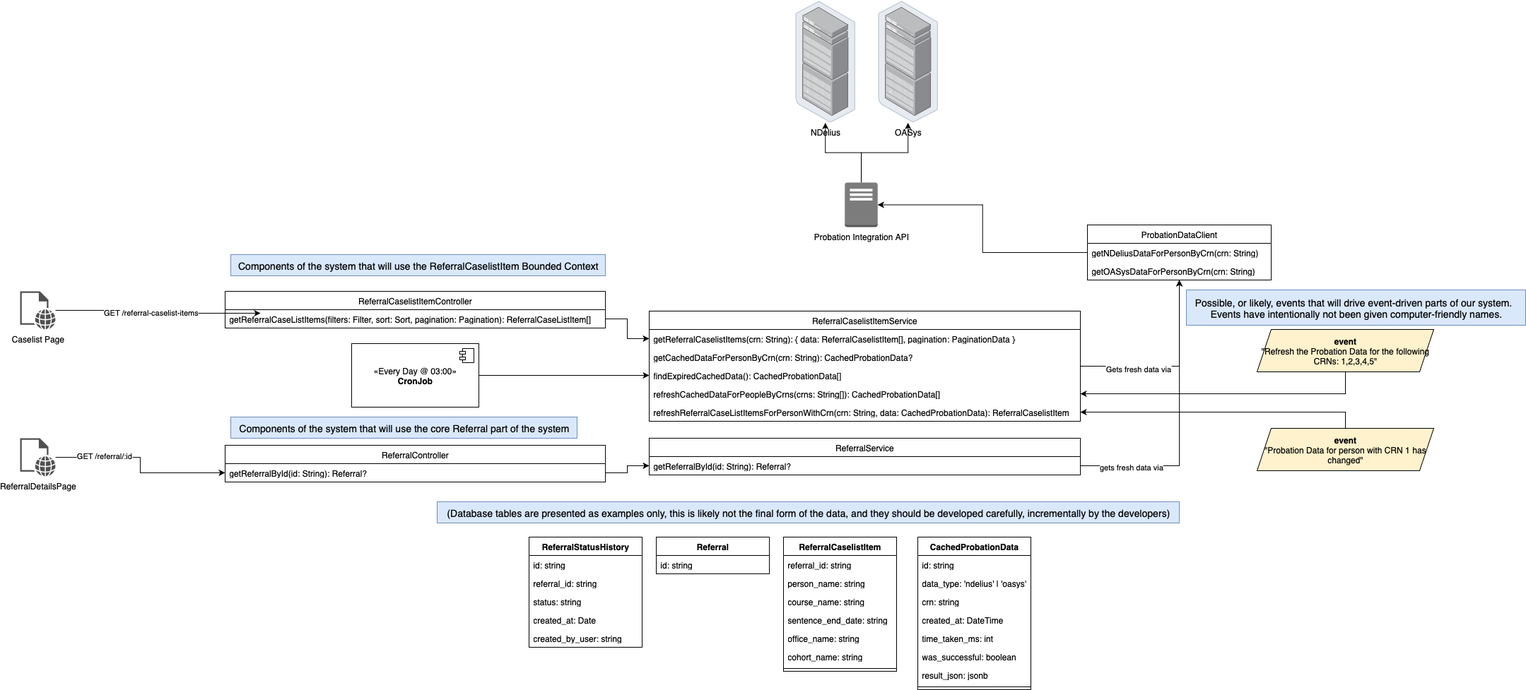
ministryofjustice/hmpps-accredited-programmes-manage-and-deliver-api keeps this draw.io diagram as docs/assets/ReferralCaselistItemBoundedContextArchitecture-2.drawio.png. Above is the earlier version. Source tidied: cells renumbered, new cells last; positions are measured from the earlier drawing's top-left corner, leaving out a move shared by most shapes.
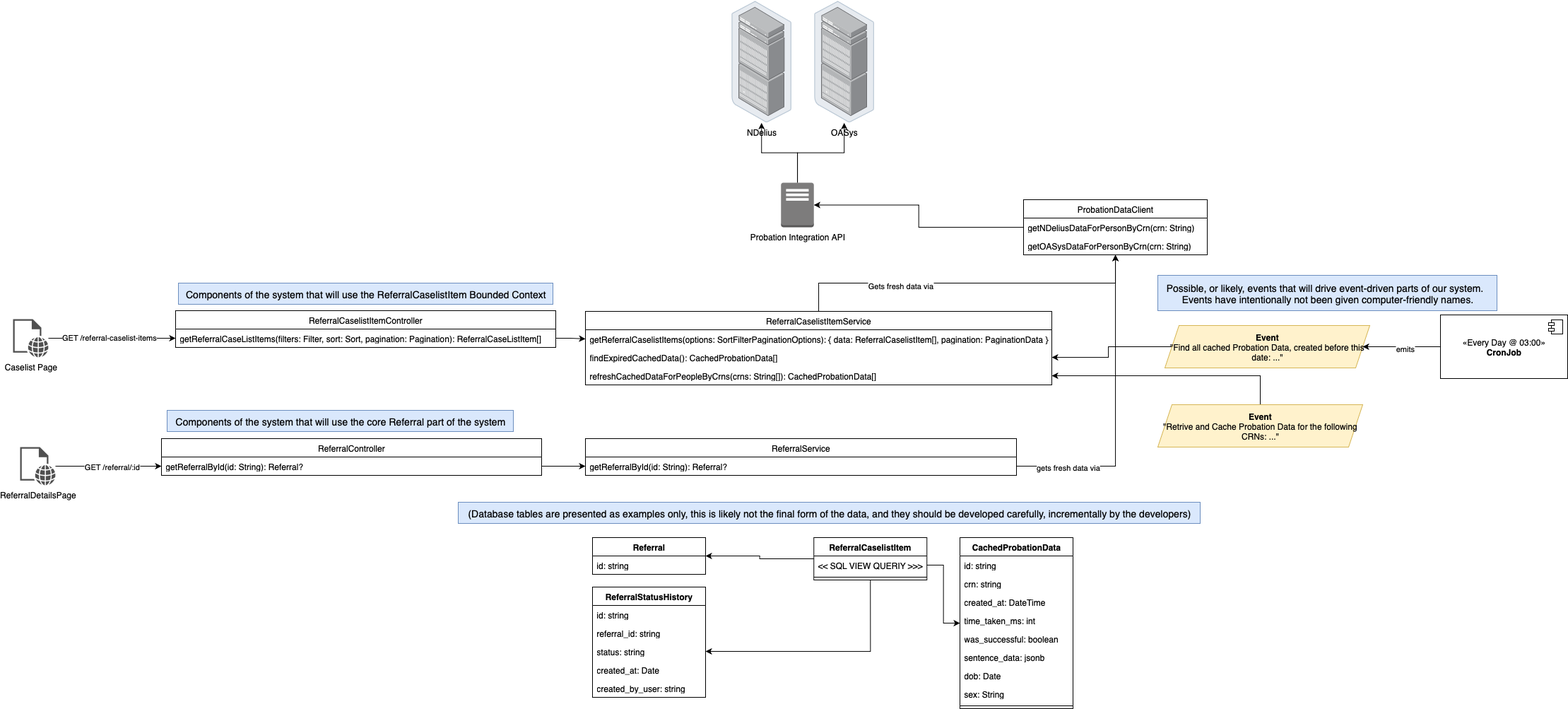
The same file after the commit.

Commit message:
docs(caselist_item.md): Update the software architecture diagram

Diff of the diagram source:
```diff
@@ -10,25 +10,16 @@
     </mxCell>
+    <mxCell id="71" style="edgeStyle=orthogonalEdgeStyle;rounded=0;jettySize=auto;html=1;" parent="1" edge="1" source="4" target="12">
+      <mxGeometry relative="1" as="geometry" />
+    </mxCell>
+    <mxCell id="72" style="edgeStyle=orthogonalEdgeStyle;rounded=0;jettySize=auto;html=1;exitX=0.5;exitY=1;exitDx=0;exitDy=0;entryX=1;entryY=0.5;entryDx=0;entryDy=0;" parent="1" edge="1" source="4" target="60">
+      <mxGeometry relative="1" as="geometry" />
+    </mxCell>
     <mxCell id="4" value="ReferralCaselistItem" style="swimlane;fontStyle=1;align=center;verticalAlign=top;horizontal=1;startSize=26;whiteSpace=wrap;html=1;" parent="1" vertex="1">
-      <mxGeometry x="1080" y="760" width="160" height="190" as="geometry" />
+      <mxGeometry x="1213.2" y="760" width="160" height="60" as="geometry" />
     </mxCell>
-    <mxCell id="5" value="referral_id: string" style="text;strokeColor=none;fillColor=none;align=left;verticalAlign=top;spacingLeft=4;spacingRight=4;overflow=hidden;points=[[0,0.5],[1,0.5]];portConstraint=eastwest;whiteSpace=wrap;html=1;" parent="4" vertex="1">
+    <mxCell id="5" value="&amp;lt;&amp;lt; SQL VIEW QUERIY &amp;gt;&amp;gt;&amp;gt;" style="text;strokeColor=none;fillColor=none;align=left;verticalAlign=top;spacingLeft=4;spacingRight=4;overflow=hidden;points=[[0,0.5],[1,0.5]];portConstraint=eastwest;whiteSpace=wrap;html=1;" parent="4" vertex="1">
       <mxGeometry y="26" width="160" height="26" as="geometry" />
     </mxCell>
-    <mxCell id="6" value="person_name: string" style="text;strokeColor=none;fillColor=none;align=left;verticalAlign=top;spacingLeft=4;spacingRight=4;overflow=hidden;whiteSpace=wrap;html=1;" parent="4" vertex="1">
-      <mxGeometry y="52" width="160" height="26" as="geometry" />
-    </mxCell>
-    <mxCell id="7" value="course_name: string" style="text;strokeColor=none;fillColor=none;align=left;verticalAlign=top;spacingLeft=4;spacingRight=4;overflow=hidden;whiteSpace=wrap;html=1;" parent="4" vertex="1">
-      <mxGeometry y="78" width="160" height="26" as="geometry" />
-    </mxCell>
-    <mxCell id="8" value="sentence_end_date: string" style="text;strokeColor=none;fillColor=none;align=left;verticalAlign=top;spacingLeft=4;spacingRight=4;overflow=hidden;whiteSpace=wrap;html=1;" parent="4" vertex="1">
-      <mxGeometry y="104" width="160" height="26" as="geometry" />
-    </mxCell>
-    <mxCell id="9" value="office_name: string" style="text;strokeColor=none;fillColor=none;align=left;verticalAlign=top;spacingLeft=4;spacingRight=4;overflow=hidden;whiteSpace=wrap;html=1;" parent="4" vertex="1">
-      <mxGeometry y="130" width="160" height="26" as="geometry" />
-    </mxCell>
-    <mxCell id="10" value="cohort_name: string" style="text;strokeColor=none;fillColor=none;align=left;verticalAlign=top;spacingLeft=4;spacingRight=4;overflow=hidden;whiteSpace=wrap;html=1;" parent="4" vertex="1">
-      <mxGeometry y="156" width="160" height="26" as="geometry" />
-    </mxCell>
     <mxCell id="11" style="line;strokeWidth=1;fillColor=none;align=left;verticalAlign=middle;spacingTop=-1;spacingLeft=3;spacingRight=3;labelPosition=right;strokeColor=inherit;" parent="4" vertex="1">
-      <mxGeometry y="182" width="160" height="8" as="geometry" />
+      <mxGeometry y="52" width="160" height="8" as="geometry" />
     </mxCell>
@@ -41,3 +32,3 @@
     <mxCell id="14" value="CachedProbationData" style="swimlane;fontStyle=1;align=center;verticalAlign=top;horizontal=1;startSize=26;whiteSpace=wrap;html=1;" parent="1" vertex="1">
-      <mxGeometry x="1270" y="760" width="160" height="216" as="geometry" />
+      <mxGeometry x="1420" y="760" width="160" height="242" as="geometry" />
     </mxCell>
@@ -46,28 +37,34 @@
     </mxCell>
-    <mxCell id="16" value="data_type: 'ndelius' | 'oasys'" style="text;strokeColor=none;fillColor=none;align=left;verticalAlign=top;spacingLeft=4;spacingRight=4;overflow=hidden;whiteSpace=wrap;html=1;" parent="14" vertex="1">
-      <mxGeometry y="52" width="160" height="26" as="geometry" />
-    </mxCell>
     <mxCell id="17" value="crn: string" style="text;strokeColor=none;fillColor=none;align=left;verticalAlign=top;spacingLeft=4;spacingRight=4;overflow=hidden;whiteSpace=wrap;html=1;" parent="14" vertex="1">
-      <mxGeometry y="78" width="160" height="26" as="geometry" />
+      <mxGeometry y="52" width="160" height="26" as="geometry" />
     </mxCell>
     <mxCell id="18" value="created_at: DateTime" style="text;strokeColor=none;fillColor=none;align=left;verticalAlign=top;spacingLeft=4;spacingRight=4;overflow=hidden;whiteSpace=wrap;html=1;" parent="14" vertex="1">
-      <mxGeometry y="104" width="160" height="26" as="geometry" />
+      <mxGeometry y="78" width="160" height="26" as="geometry" />
     </mxCell>
     <mxCell id="19" value="time_taken_ms: int" style="text;strokeColor=none;fillColor=none;align=left;verticalAlign=top;spacingLeft=4;spacingRight=4;overflow=hidden;whiteSpace=wrap;html=1;" parent="14" vertex="1">
-      <mxGeometry y="130" width="160" height="26" as="geometry" />
+      <mxGeometry y="104" width="160" height="26" as="geometry" />
     </mxCell>
     <mxCell id="20" value="was_successful: boolean" style="text;strokeColor=none;fillColor=none;align=left;verticalAlign=top;spacingLeft=4;spacingRight=4;overflow=hidden;whiteSpace=wrap;html=1;" parent="14" vertex="1">
-      <mxGeometry y="156" width="160" height="26" as="geometry" />
+      <mxGeometry y="130" width="160" height="26" as="geometry" />
     </mxCell>
+    <mxCell id="73" value="sentence_data: jsonb" style="text;strokeColor=none;fillColor=none;align=left;verticalAlign=top;spacingLeft=4;spacingRight=4;overflow=hidden;whiteSpace=wrap;html=1;" parent="14" vertex="1">
+      <mxGeometry y="156" width="160" height="26" as="geometry" />
+    </mxCell>
-    <mxCell id="21" value="result_json: jsonb" style="text;strokeColor=none;fillColor=none;align=left;verticalAlign=top;spacingLeft=4;spacingRight=4;overflow=hidden;whiteSpace=wrap;html=1;" parent="14" vertex="1">
+    <mxCell id="21" value="dob: Date" style="text;strokeColor=none;fillColor=none;align=left;verticalAlign=top;spacingLeft=4;spacingRight=4;overflow=hidden;whiteSpace=wrap;html=1;" parent="14" vertex="1">
       <mxGeometry y="182" width="160" height="26" as="geometry" />
     </mxCell>
+    <mxCell id="74" value="sex: String" style="text;strokeColor=none;fillColor=none;align=left;verticalAlign=top;spacingLeft=4;spacingRight=4;overflow=hidden;whiteSpace=wrap;html=1;" parent="14" vertex="1">
+      <mxGeometry y="208" width="160" height="26" as="geometry" />
+    </mxCell>
     <mxCell id="22" style="line;strokeWidth=1;fillColor=none;align=left;verticalAlign=middle;spacingTop=-1;spacingLeft=3;spacingRight=3;labelPosition=right;strokeColor=inherit;" parent="14" vertex="1">
-      <mxGeometry y="208" width="160" height="8" as="geometry" />
+      <mxGeometry y="234" width="160" height="8" as="geometry" />
     </mxCell>
-    <mxCell id="23" style="edgeStyle=orthogonalEdgeStyle;rounded=0;jettySize=auto;html=1;" parent="1" edge="1" source="24" target="41">
+    <mxCell id="23" style="edgeStyle=orthogonalEdgeStyle;rounded=0;jettySize=auto;html=1;entryX=1;entryY=0.5;entryDx=0;entryDy=0;" parent="1" edge="1" source="24" target="80">
       <mxGeometry relative="1" as="geometry" />
     </mxCell>
+    <mxCell id="75" value="emits" style="edgeLabel;html=1;align=center;verticalAlign=middle;" parent="23" vertex="1">
+      <mxGeometry x="-0.09" y="2" relative="1" as="geometry" />
+    </mxCell>
     <mxCell id="24" value="«Every Day @ 03:00»&lt;br&gt;&lt;b&gt;CronJob&lt;/b&gt;" style="html=1;whiteSpace=wrap;" parent="1" vertex="1">
-      <mxGeometry x="469" y="486" width="180" height="90" as="geometry" />
+      <mxGeometry x="2100" y="445" width="180" height="90" as="geometry" />
     </mxCell>
@@ -82,3 +79,3 @@
     <mxCell id="27" value="ProbationDataClient" style="swimlane;fontStyle=0;horizontal=1;startSize=26;fillColor=none;whiteSpace=wrap;html=1;" parent="1" vertex="1">
-      <mxGeometry x="1510" y="318" width="260" height="78" as="geometry" />
+      <mxGeometry x="1510" y="282" width="260" height="78" as="geometry" />
     </mxCell>
@@ -99,3 +96,3 @@
     </mxCell>
-    <mxCell id="33" style="edgeStyle=orthogonalEdgeStyle;rounded=0;jettySize=auto;html=1;entryX=0.093;entryY=0.192;entryDx=0;entryDy=0;entryPerimeter=0;" parent="1" edge="1" source="35" target="45">
+    <mxCell id="33" style="edgeStyle=orthogonalEdgeStyle;rounded=0;jettySize=auto;html=1;entryX=0;entryY=0.5;entryDx=0;entryDy=0;" parent="1" edge="1" source="35" target="45">
       <mxGeometry relative="1" as="geometry" />
@@ -108,3 +105,3 @@
     <mxCell id="35" value="Caselist Page" style="sketch=0;shadow=0;dashed=0;html=1;strokeColor=none;fillColor=#505050;labelPosition=center;verticalLabelPosition=bottom;verticalAlign=top;outlineConnect=0;align=center;shape=mxgraph.office.concepts.web_page;" parent="1" vertex="1">
-      <mxGeometry y="412" width="50" height="54" as="geometry" />
+      <mxGeometry x="80" y="451" width="50" height="54" as="geometry" />
     </mxCell>
@@ -117,21 +114,15 @@
     <mxCell id="38" value="ReferralCaselistItemService" style="swimlane;fontStyle=0;horizontal=1;startSize=26;fillColor=none;whiteSpace=wrap;html=1;" parent="1" vertex="1">
-      <mxGeometry x="890" y="440" width="610" height="156" as="geometry" />
+      <mxGeometry x="890" y="440" width="660" height="104" as="geometry" />
     </mxCell>
-    <mxCell id="39" value="getReferralCaselistItems(crn: String): { data: ReferralCaselistItem[], pagination: PaginationData }" style="text;strokeColor=none;fillColor=none;align=left;verticalAlign=top;spacingLeft=4;spacingRight=4;overflow=hidden;points=[[0,0.5],[1,0.5]];portConstraint=eastwest;whiteSpace=wrap;html=1;" parent="38" vertex="1">
-      <mxGeometry y="26" width="610" height="26" as="geometry" />
+    <mxCell id="39" value="getReferralCaselistItems(options: SortFilterPaginationOptions): { data: ReferralCaselistItem[], pagination: PaginationData }" style="text;strokeColor=none;fillColor=none;align=left;verticalAlign=top;spacingLeft=4;spacingRight=4;overflow=hidden;points=[[0,0.5],[1,0.5]];portConstraint=eastwest;whiteSpace=wrap;html=1;" parent="38" vertex="1">
+      <mxGeometry y="26" width="660" height="26" as="geometry" />
     </mxCell>
-    <mxCell id="40" value="getCachedDataForPersonByCrn(crn: String): CachedProbationData?" style="text;strokeColor=none;fillColor=none;align=left;verticalAlign=top;spacingLeft=4;spacingRight=4;overflow=hidden;whiteSpace=wrap;html=1;" parent="38" vertex="1">
-      <mxGeometry y="52" width="610" height="26" as="geometry" />
-    </mxCell>
     <mxCell id="41" value="findExpiredCachedData(): CachedProbationData[]" style="text;strokeColor=none;fillColor=none;align=left;verticalAlign=top;spacingLeft=4;spacingRight=4;overflow=hidden;points=[[0,0.5],[1,0.5]];portConstraint=eastwest;whiteSpace=wrap;html=1;" parent="38" vertex="1">
-      <mxGeometry y="78" width="610" height="26" as="geometry" />
+      <mxGeometry y="52" width="660" height="26" as="geometry" />
     </mxCell>
     <mxCell id="42" value="refreshCachedDataForPeopleByCrns(crns: String[]): CachedProbationData[]" style="text;strokeColor=none;fillColor=none;align=left;verticalAlign=top;spacingLeft=4;spacingRight=4;overflow=hidden;points=[[0,0.5],[1,0.5]];portConstraint=eastwest;whiteSpace=wrap;html=1;" parent="38" vertex="1">
-      <mxGeometry y="104" width="610" height="26" as="geometry" />
+      <mxGeometry y="78" width="660" height="26" as="geometry" />
     </mxCell>
-    <mxCell id="43" value="refreshReferralCaseListItemsForPersonWithCrn(crn: String, data: CachedProbationData): ReferralCaselistItem" style="text;strokeColor=none;fillColor=none;align=left;verticalAlign=top;spacingLeft=4;spacingRight=4;overflow=hidden;points=[[0,0.5],[1,0.5]];portConstraint=eastwest;whiteSpace=wrap;html=1;" parent="38" vertex="1">
-      <mxGeometry y="130" width="610" height="26" as="geometry" />
-    </mxCell>
     <mxCell id="44" value="ReferralCaselistItemController" style="swimlane;fontStyle=0;horizontal=1;startSize=26;fillColor=none;whiteSpace=wrap;html=1;" parent="1" vertex="1">
-      <mxGeometry x="290" y="412" width="538" height="52" as="geometry" />
+      <mxGeometry x="310" y="439" width="538" height="52" as="geometry" />
     </mxCell>
@@ -145,3 +136,3 @@
       <mxGeometry x="-0.49" y="3" relative="1" as="geometry">
-        <mxPoint x="1" as="offset" />
+        <mxPoint x="41" y="3" as="offset" />
       </mxGeometry>
@@ -149,6 +140,6 @@
     <mxCell id="48" value="ReferralDetailsPage" style="sketch=0;shadow=0;dashed=0;html=1;strokeColor=none;fillColor=#505050;labelPosition=center;verticalLabelPosition=bottom;verticalAlign=top;outlineConnect=0;align=center;shape=mxgraph.office.concepts.web_page;" parent="1" vertex="1">
-      <mxGeometry y="620" width="50" height="54" as="geometry" />
+      <mxGeometry x="90" y="632" width="50" height="54" as="geometry" />
     </mxCell>
     <mxCell id="49" value="ReferralController" style="swimlane;fontStyle=0;horizontal=1;startSize=26;fillColor=none;whiteSpace=wrap;html=1;" parent="1" vertex="1">
-      <mxGeometry x="290" y="630" width="538" height="52" as="geometry" />
+      <mxGeometry x="290" y="620" width="538" height="52" as="geometry" />
     </mxCell>
@@ -178,3 +169,3 @@
     <mxCell id="57" value="ReferralStatusHistory" style="swimlane;fontStyle=1;align=center;verticalAlign=top;horizontal=1;startSize=26;whiteSpace=wrap;html=1;" parent="1" vertex="1">
-      <mxGeometry x="720" y="760" width="160" height="156" as="geometry" />
+      <mxGeometry x="900" y="830" width="160" height="156" as="geometry" />
     </mxCell>
@@ -195,26 +186,29 @@
     </mxCell>
-    <mxCell id="63" style="edgeStyle=orthogonalEdgeStyle;rounded=0;jettySize=auto;html=1;" parent="1" edge="1" source="64" target="42">
-      <mxGeometry relative="1" as="geometry" />
-    </mxCell>
-    <mxCell id="64" value="&lt;b&gt;event&lt;/b&gt;&lt;div&gt;&quot;Refresh the Probation Data for the following CRNs: 1,2,3,4,5&quot;&lt;/div&gt;" style="shape=parallelogram;perimeter=parallelogramPerimeter;whiteSpace=wrap;html=1;fixedSize=1;fillColor=#FFF2CC;" parent="1" vertex="1">
-      <mxGeometry x="1750" y="466" width="250" height="60" as="geometry" />
-    </mxCell>
-    <mxCell id="65" style="edgeStyle=orthogonalEdgeStyle;rounded=0;jettySize=auto;html=1;" parent="1" edge="1" source="66" target="43">
-      <mxGeometry relative="1" as="geometry" />
-    </mxCell>
-    <mxCell id="66" value="&lt;b&gt;event&lt;/b&gt;&lt;div&gt;&quot;Probation Data for person with CRN 1 has changed&quot;&lt;/div&gt;" style="shape=parallelogram;perimeter=parallelogramPerimeter;whiteSpace=wrap;html=1;fixedSize=1;fillColor=#FFF2CC;" parent="1" vertex="1">
-      <mxGeometry x="1750" y="606" width="250" height="60" as="geometry" />
-    </mxCell>
     <mxCell id="67" value="&lt;span style=&quot;font-size: 14px;&quot;&gt;(Database tables are presented as examples only, this is likely not the final form of the data, and they should be developed carefully, incrementally by the developers)&lt;/span&gt;" style="text;html=1;align=center;verticalAlign=middle;strokeColor=#6c8ebf;fillColor=#dae8fc;" parent="1" vertex="1">
-      <mxGeometry x="590" y="710" width="1050" height="30" as="geometry" />
+      <mxGeometry x="710" y="710" width="1050" height="30" as="geometry" />
     </mxCell>
     <mxCell id="68" value="&lt;span style=&quot;font-size: 14px;&quot;&gt;Components of the system that will use the ReferralCaselistItem Bounded Context&lt;/span&gt;" style="text;html=1;align=center;verticalAlign=middle;strokeColor=#6c8ebf;fillColor=#dae8fc;" parent="1" vertex="1">
-      <mxGeometry x="298" y="360" width="530" height="30" as="geometry" />
+      <mxGeometry x="314" y="400" width="530" height="30" as="geometry" />
     </mxCell>
     <mxCell id="69" value="&lt;span style=&quot;font-size: 14px;&quot;&gt;Components of the system that will use the core Referral part of the system&lt;/span&gt;" style="text;html=1;align=center;verticalAlign=middle;strokeColor=#6c8ebf;fillColor=#dae8fc;" parent="1" vertex="1">
-      <mxGeometry x="298" y="590" width="490" height="30" as="geometry" />
+      <mxGeometry x="298" y="580" width="490" height="30" as="geometry" />
     </mxCell>
     <mxCell id="70" value="&lt;span style=&quot;font-size: 14px;&quot;&gt;Possible, or likely, events that will drive event-driven parts of our system. &amp;nbsp;&lt;/span&gt;&lt;div&gt;&lt;span style=&quot;font-size: 14px;&quot;&gt;Events have intentionally not been given computer-friendly names.&lt;/span&gt;&lt;/div&gt;" style="text;html=1;align=center;verticalAlign=middle;strokeColor=#6c8ebf;fillColor=#dae8fc;" parent="1" vertex="1">
-      <mxGeometry x="1650" y="410" width="480" height="50" as="geometry" />
+      <mxGeometry x="1700" y="389" width="480" height="50" as="geometry" />
     </mxCell>
+    <mxCell id="76" style="edgeStyle=orthogonalEdgeStyle;rounded=0;jettySize=auto;html=1;" parent="1" edge="1" source="5" target="14">
+      <mxGeometry relative="1" as="geometry" />
+    </mxCell>
+    <mxCell id="77" style="edgeStyle=orthogonalEdgeStyle;rounded=0;jettySize=auto;html=1;" parent="1" edge="1" source="78" target="42">
+      <mxGeometry relative="1" as="geometry" />
+    </mxCell>
+    <mxCell id="78" value="&lt;b&gt;Event&lt;/b&gt;&lt;div&gt;&quot;Retrive and Cache Probation Data for the following CRNs: ...&quot;&lt;/div&gt;" style="shape=parallelogram;perimeter=parallelogramPerimeter;whiteSpace=wrap;html=1;fixedSize=1;fillColor=#fff2cc;strokeColor=#d6b656;" parent="1" vertex="1">
+      <mxGeometry x="1700" y="572" width="290" height="60" as="geometry" />
+    </mxCell>
+    <mxCell id="79" style="edgeStyle=orthogonalEdgeStyle;rounded=0;jettySize=auto;html=1;" parent="1" edge="1" source="80" target="41">
+      <mxGeometry relative="1" as="geometry" />
+    </mxCell>
+    <mxCell id="80" value="&lt;b&gt;Event&lt;/b&gt;&lt;div&gt;&quot;Find all cached Probation Data, created before this date: ...&quot;&lt;/div&gt;" style="shape=parallelogram;perimeter=parallelogramPerimeter;whiteSpace=wrap;html=1;fixedSize=1;fillColor=#fff2cc;strokeColor=#d6b656;" parent="1" vertex="1">
+      <mxGeometry x="1710" y="460" width="290" height="60" as="geometry" />
+    </mxCell>
   </root>
```
